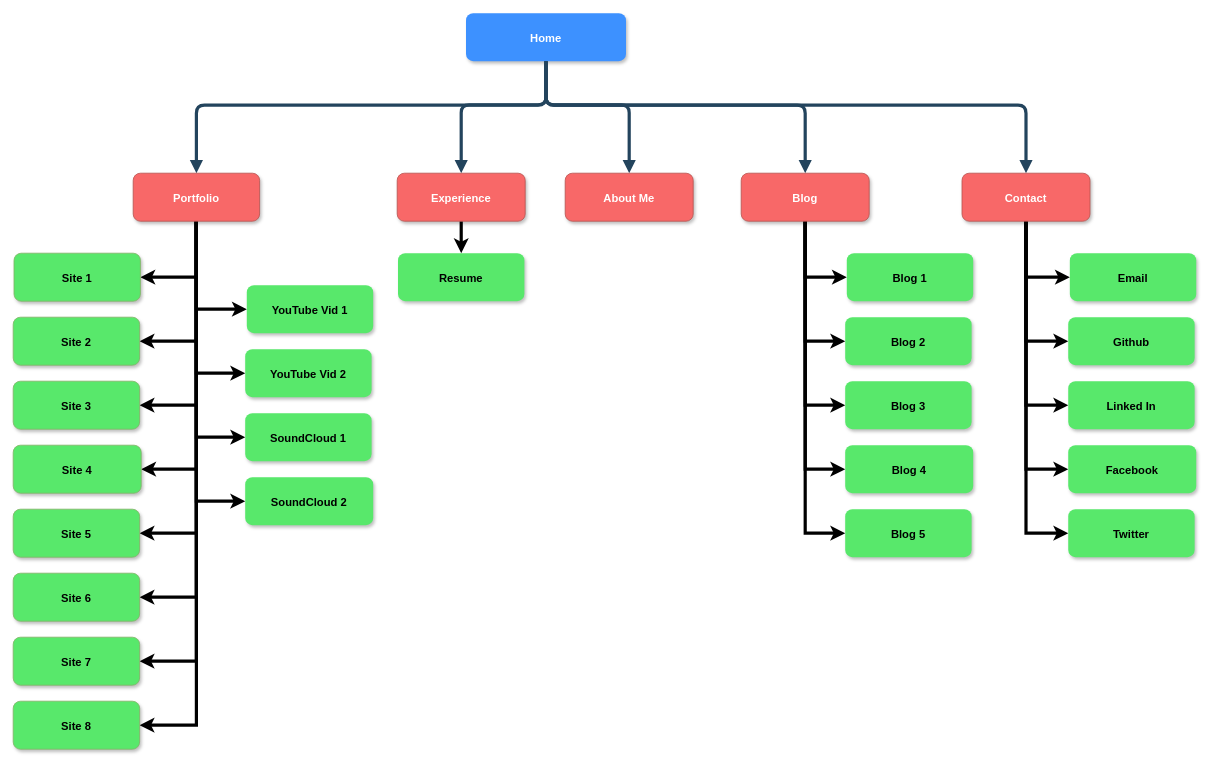
This is Portfolio-Assignment.drawio from Nam-fullstack/PORTFOLIO-ASSIGNMENT, a draw.io file, before an edit. Source tidied: cells renumbered, new cells numbered last; positions are measured from the earlier drawing's top-left corner, leaving out a move shared by most shapes. Both pictures are drawn from the tidied source at 80%, with x=0, y=0 at pixel (13, 13).
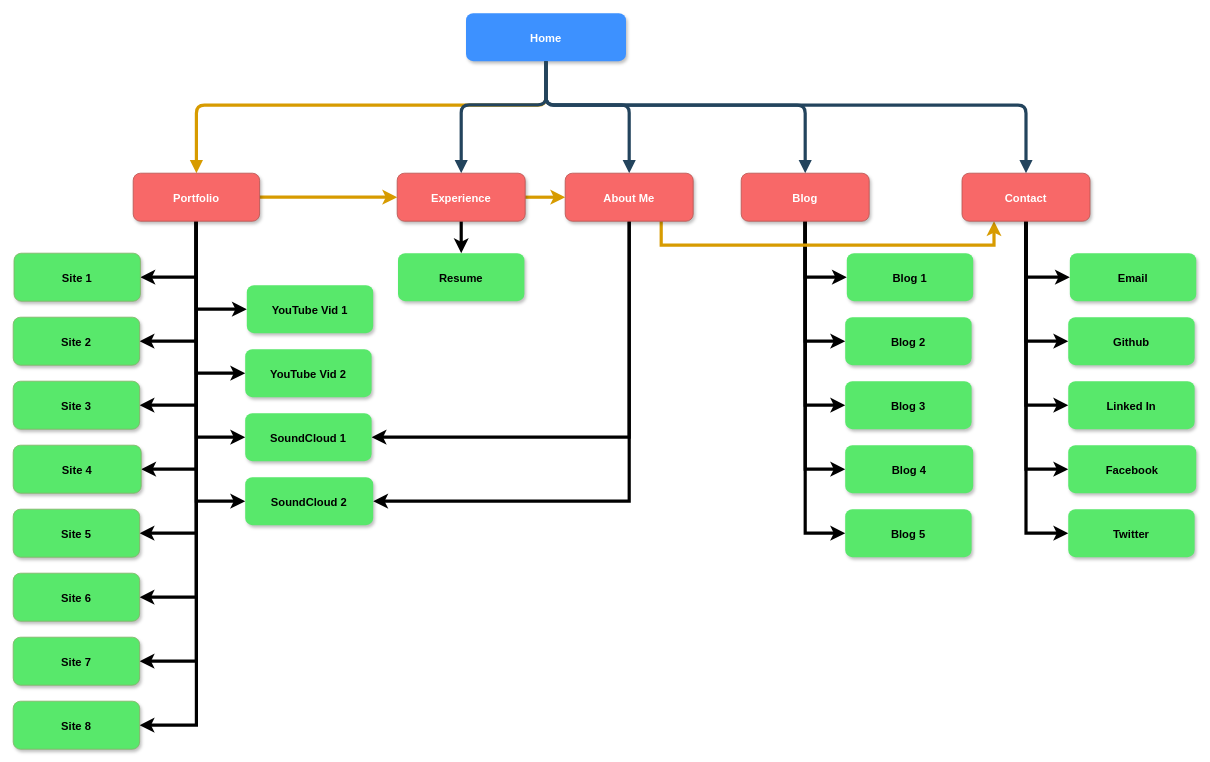
After the change.

Commit message:
Re-arranged, with pathing Portfolio-Assignment.drawio

The change refers to these unchanged cells:
```xml
<mxCell id="2" value="Home" style="rounded=1;strokeColor=none;shadow=1;gradientColor=none;fontStyle=1;fontColor=#FFFFFF;fontSize=14;fillColor=#3D91FF;align=center;" parent="1" vertex="1">
  <mxGeometry x="566" width="200" height="60" as="geometry" />
</mxCell>
<mxCell id="23" value="About Me" style="rounded=1;strokeColor=#b85450;shadow=1;fontStyle=1;fontSize=14;fillColor=#F86868;fontColor=#FFFFFF;align=center;" parent="1" vertex="1">
  <mxGeometry x="690" y="200" width="160" height="60" as="geometry" />
</mxCell>
<mxCell id="30" value="Contact" style="rounded=1;strokeColor=#b85450;shadow=1;fontStyle=1;fontSize=14;fillColor=#F86868;fontColor=#FFFFFF;align=center;" parent="1" vertex="1">
  <mxGeometry x="1186" y="200" width="160" height="60" as="geometry" />
</mxCell>
<mxCell id="31" value="Experience" style="rounded=1;strokeColor=#b85450;shadow=1;fontStyle=1;fontSize=14;fillColor=#F86868;fontColor=#FFFFFF;align=center;" parent="1" vertex="1">
  <mxGeometry x="480" y="200" width="160" height="60" as="geometry" />
</mxCell>
<mxCell id="36" value="Portfolio" style="rounded=1;strokeColor=#b85450;shadow=1;fontStyle=1;fontSize=14;fillColor=#F86868;fontColor=#FFFFFF;align=center;" parent="1" vertex="1">
  <mxGeometry x="150" y="200" width="158" height="60" as="geometry" />
</mxCell>
<mxCell id="45" value="SoundCloud 1" style="rounded=1;strokeColor=none;shadow=1;gradientColor=none;fontStyle=1;fontSize=14;fillColor=#58E86B;align=center;" parent="1" vertex="1">
  <mxGeometry x="290" y="500" width="158" height="60" as="geometry" />
</mxCell>
<mxCell id="46" value="SoundCloud 2" style="rounded=1;strokeColor=none;shadow=1;gradientColor=none;fontStyle=1;fontSize=14;fillColor=#58E86B;align=center;" parent="1" vertex="1">
  <mxGeometry x="290" y="580" width="160" height="60" as="geometry" />
</mxCell>
```

The edit, as a diff of the source:
```diff
@@
-    <mxCell id="18" style="edgeStyle=elbowEdgeStyle;elbow=vertical;strokeWidth=4;endArrow=block;endFill=1;fontStyle=1;strokeColor=#23445D;exitX=0.5;exitY=1;exitDx=0;exitDy=0;entryX=0.5;entryY=0;entryDx=0;entryDy=0;align=center;" parent="1" edge="1" source="2" target="36">
+    <mxCell id="18" style="edgeStyle=elbowEdgeStyle;elbow=vertical;strokeWidth=4;endArrow=block;endFill=1;fontStyle=1;strokeColor=#d79b00;exitX=0.5;exitY=1;exitDx=0;exitDy=0;entryX=0.5;entryY=0;entryDx=0;entryDy=0;align=center;fillColor=#ffe6cc;" parent="1" edge="1" source="2" target="36">
       <mxGeometry x="81" y="125.5" as="geometry">
         <Array as="points">
           <mxPoint x="371" y="115" />
           <mxPoint x="459" y="110" />
           <mxPoint x="479" y="110" />
         </Array>
       </mxGeometry>
     </mxCell>
@@
+    <mxCell id="59" style="edgeStyle=orthogonalEdgeStyle;rounded=0;jettySize=auto;html=1;exitX=0.5;exitY=1;exitDx=0;exitDy=0;entryX=1;entryY=0.5;entryDx=0;entryDy=0;strokeWidth=4;" parent="1" edge="1" source="23" target="45">
+      <mxGeometry relative="1" as="geometry" />
+    </mxCell>
+    <mxCell id="60" style="edgeStyle=orthogonalEdgeStyle;rounded=0;jettySize=auto;html=1;exitX=0.5;exitY=1;exitDx=0;exitDy=0;entryX=1;entryY=0.5;entryDx=0;entryDy=0;strokeWidth=4;" parent="1" edge="1" source="23" target="46">
+      <mxGeometry relative="1" as="geometry" />
+    </mxCell>
+    <mxCell id="61" style="edgeStyle=orthogonalEdgeStyle;rounded=0;jettySize=auto;html=1;exitX=0.75;exitY=1;exitDx=0;exitDy=0;entryX=0.25;entryY=1;entryDx=0;entryDy=0;strokeWidth=4;fillColor=#ffe6cc;strokeColor=#d79b00;" parent="1" edge="1" source="23" target="30">
+      <mxGeometry relative="1" as="geometry">
+        <Array as="points">
+          <mxPoint x="810" y="290" />
+          <mxPoint x="1226" y="290" />
+        </Array>
+      </mxGeometry>
+    </mxCell>
@@
+    <mxCell id="62" style="edgeStyle=orthogonalEdgeStyle;rounded=0;jettySize=auto;html=1;exitX=1;exitY=0.5;exitDx=0;exitDy=0;entryX=0;entryY=0.5;entryDx=0;entryDy=0;strokeWidth=4;fillColor=#ffe6cc;strokeColor=#d79b00;" parent="1" edge="1" source="31" target="23">
+      <mxGeometry relative="1" as="geometry" />
+    </mxCell>
@@
+    <mxCell id="63" style="edgeStyle=orthogonalEdgeStyle;rounded=0;jettySize=auto;html=1;exitX=1;exitY=0.5;exitDx=0;exitDy=0;strokeWidth=4;fillColor=#ffe6cc;strokeColor=#d79b00;" parent="1" edge="1" source="36" target="31">
+      <mxGeometry relative="1" as="geometry" />
+    </mxCell>
```
